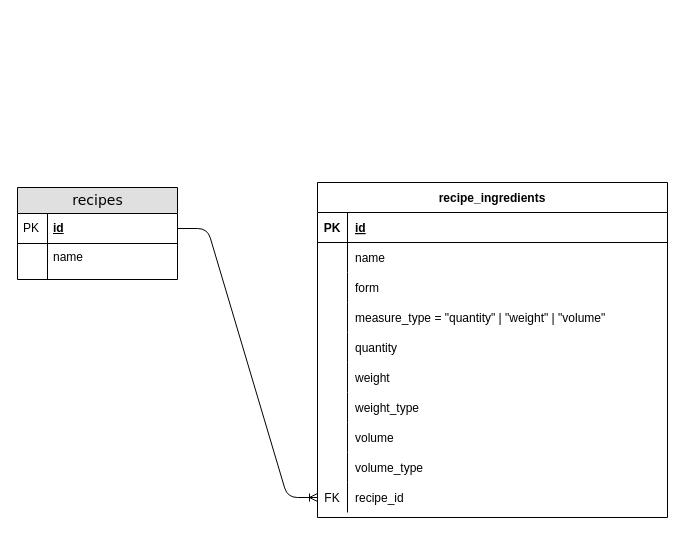
The draw.io diagram docs/feast_schema.drawio in ddubson/feast, before the edit. Source tidied: cells renumbered, new cells numbered last; positions are measured from the earlier drawing's top-left corner, leaving out a move shared by most shapes. Both pictures are drawn from the tidied source at 100%, with x=0, y=0 at pixel (17, 182).
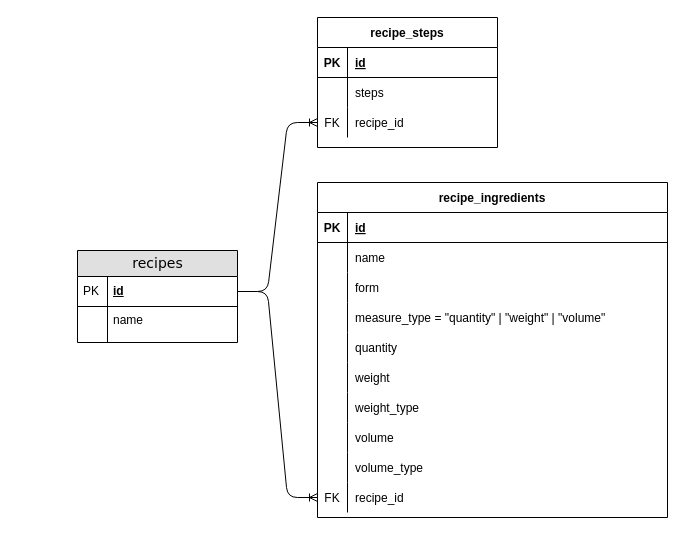
The same page after the edit.

Commit message (it also covers changes not shown here):
Add steps table

Unchanged cells that the change refers to:
```xml
<mxCell id="3" value="id" style="shape=partialRectangle;top=0;left=0;right=0;bottom=1;html=1;align=left;verticalAlign=middle;fillColor=none;spacingLeft=34;spacingRight=4;whiteSpace=wrap;overflow=hidden;points=[[0,0.5],[1,0.5]];portConstraint=eastwest;fontStyle=5;" parent="2" vertex="1">
  <mxGeometry y="26" width="160" height="30" as="geometry" />
</mxCell>
```

The edit, as a diff of the source:
```diff
@@
     <mxCell id="2" value="recipes" style="swimlane;html=1;fontStyle=0;horizontal=1;startSize=26;fillColor=#e0e0e0;swimlaneFillColor=#ffffff;align=center;rounded=0;shadow=0;comic=0;labelBackgroundColor=none;strokeWidth=1;fontFamily=Verdana;fontSize=14;" parent="1" vertex="1">
-      <mxGeometry y="5" width="160" height="92" as="geometry" />
+      <mxGeometry x="60" y="68" width="160" height="92" as="geometry" />
     </mxCell>
@@
+    <mxCell id="41" value="recipe_steps" style="shape=table;startSize=30;childLayout=tableLayout;rowLines=0;fontStyle=1;align=center;" parent="1" vertex="1">
+      <mxGeometry x="300" y="-165" width="180" height="130" as="geometry" />
+    </mxCell>
+    <mxCell id="42" style="shape=partialRectangle;fillColor=none;top=0;left=0;bottom=1;right=0;" parent="41" vertex="1">
+      <mxGeometry y="30" width="180" height="30" as="geometry" />
+    </mxCell>
+    <mxCell id="43" value="PK" style="shape=partialRectangle;fillColor=none;top=0;left=0;bottom=0;right=0;fontStyle=1;overflow=hidden;" parent="42" vertex="1">
+      <mxGeometry width="30" height="30" as="geometry" />
+    </mxCell>
+    <mxCell id="44" value="id" style="shape=partialRectangle;fillColor=none;top=0;left=0;bottom=0;right=0;align=left;spacingLeft=6;fontStyle=5;overflow=hidden;" parent="42" vertex="1">
+      <mxGeometry x="30" width="150" height="30" as="geometry" />
+    </mxCell>
+    <mxCell id="45" style="shape=partialRectangle;fillColor=none;top=0;left=0;bottom=0;right=0;" parent="41" vertex="1">
+      <mxGeometry y="60" width="180" height="30" as="geometry" />
+    </mxCell>
+    <mxCell id="46" style="shape=partialRectangle;fillColor=none;top=0;left=0;bottom=0;right=0;overflow=hidden;" parent="45" vertex="1">
+      <mxGeometry width="30" height="30" as="geometry" />
+    </mxCell>
+    <mxCell id="47" value="steps" style="shape=partialRectangle;fillColor=none;top=0;left=0;bottom=0;right=0;align=left;spacingLeft=6;overflow=hidden;" parent="45" vertex="1">
+      <mxGeometry x="30" width="150" height="30" as="geometry" />
+    </mxCell>
+    <mxCell id="48" style="shape=partialRectangle;fillColor=none;top=0;left=0;bottom=0;right=0;points=[[0,0.5],[1,0.5]];portConstraint=eastwest;" parent="41" vertex="1">
+      <mxGeometry y="90" width="180" height="30" as="geometry" />
+    </mxCell>
+    <mxCell id="49" value="FK" style="shape=partialRectangle;fillColor=none;top=0;left=0;bottom=0;right=0;fontStyle=0;overflow=hidden;" parent="48" vertex="1">
+      <mxGeometry width="30" height="30" as="geometry" />
+    </mxCell>
+    <mxCell id="50" value="recipe_id" style="shape=partialRectangle;fillColor=none;top=0;left=0;bottom=0;right=0;align=left;spacingLeft=6;fontStyle=0;overflow=hidden;" parent="48" vertex="1">
+      <mxGeometry x="30" width="150" height="30" as="geometry" />
+    </mxCell>
+    <mxCell id="51" style="edgeStyle=entityRelationEdgeStyle;fontSize=12;html=1;endArrow=ERoneToMany;exitX=1;exitY=0.5;exitDx=0;exitDy=0;" parent="1" edge="1" source="3" target="48">
+      <mxGeometry relative="1" as="geometry" />
+    </mxCell>
```
